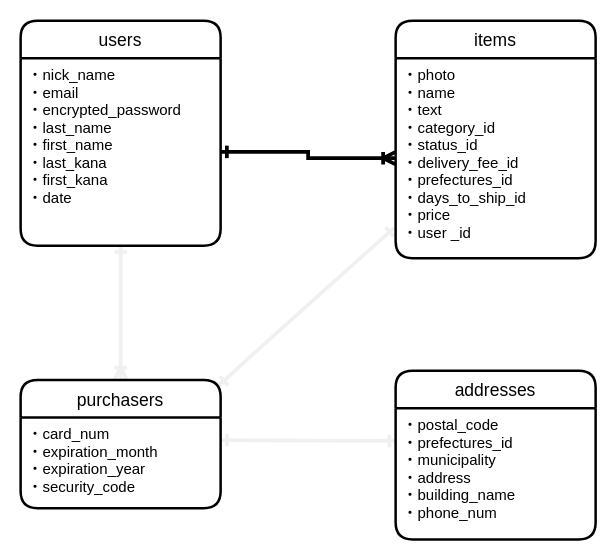
yoppedayo8545/furima-34790 keeps this draw.io diagram as .dio. Above is the earlier version. Source tidied: cells renumbered, new cells numbered last; positions are measured from the earlier drawing's top-left corner, leaving out a move shared by most shapes. Both pictures are drawn from the tidied source at 125%, with x=0, y=0 at pixel (20, 20).
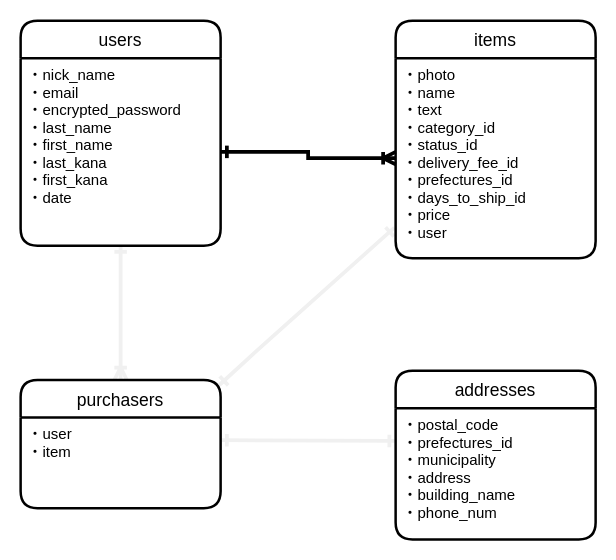
Above is the later version.

Commit message (it also covers changes not shown here):
データベース設計(修正2)

Diff of the diagram source:
```diff
@@
 <mxGraphModel>
   <root>
     <mxCell id="0" />
     <mxCell id="1" parent="0" />
     <mxCell id="2" style="edgeStyle=none;rounded=0;jettySize=auto;html=1;entryX=0.5;entryY=0;entryDx=0;entryDy=0;startArrow=ERone;startFill=0;endArrow=ERoneToMany;endFill=0;strokeColor=#f0f0f0;strokeWidth=3;" parent="1" edge="1" source="3" target="10">
       <mxGeometry relative="1" as="geometry" />
     </mxCell>
     <mxCell id="3" value="users" style="swimlane;horizontal=1;startSize=30;rounded=1;fontSize=14;fontStyle=0;strokeWidth=2;shadow=0;dashed=0;align=center;" parent="1" vertex="1">
       <mxGeometry width="160" height="180" as="geometry" />
     </mxCell>
     <mxCell id="4" value="・nick_name&#10;・email&#10;・encrypted_password&#10;・last_name&#10;・first_name&#10;・last_kana&#10;・first_kana&#10;・date" style="align=left;strokeColor=none;fillColor=none;spacingLeft=4;fontSize=12;verticalAlign=top;" parent="3" vertex="1">
       <mxGeometry y="30" width="160" height="150" as="geometry" />
     </mxCell>
     <mxCell id="5" style="edgeStyle=none;rounded=0;orthogonalLoop=1;jettySize=auto;html=1;entryX=1;entryY=0;entryDx=0;entryDy=0;startArrow=ERone;startFill=0;endArrow=ERone;endFill=0;strokeColor=#f0f0f0;strokeWidth=3;" parent="1" edge="1">
       <mxGeometry relative="1" as="geometry">
         <mxPoint x="299" y="165.6" as="sourcePoint" />
         <mxPoint x="159" y="291.5" as="targetPoint" />
         <Array as="points">
           <mxPoint x="189" y="264" />
         </Array>
       </mxGeometry>
     </mxCell>
     <mxCell id="6" value="items" style="swimlane;horizontal=1;startSize=30;rounded=1;fontSize=14;fontStyle=0;strokeWidth=2;shadow=0;dashed=0;align=center;" parent="1" vertex="1">
       <mxGeometry x="300" width="160" height="190" as="geometry" />
     </mxCell>
-    <mxCell id="7" value="・photo&#10;・name&#10;・text&#10;・category_id&#10;・status_id&#10;・delivery_fee_id&#10;・prefectures_id&#10;・days_to_ship_id&#10;・price&#10;・user _id" style="align=left;strokeColor=none;fillColor=none;spacingLeft=4;fontSize=12;verticalAlign=top;" parent="6" vertex="1">
+    <mxCell id="7" value="・photo&#10;・name&#10;・text&#10;・category_id&#10;・status_id&#10;・delivery_fee_id&#10;・prefectures_id&#10;・days_to_ship_id&#10;・price&#10;・user" style="align=left;strokeColor=none;fillColor=none;spacingLeft=4;fontSize=12;verticalAlign=top;" parent="6" vertex="1">
       <mxGeometry y="30" width="160" height="160" as="geometry" />
     </mxCell>
     <mxCell id="8" style="edgeStyle=orthogonalEdgeStyle;rounded=0;jettySize=auto;html=1;entryX=0;entryY=0.5;entryDx=0;entryDy=0;startArrow=ERone;startFill=0;endArrow=ERoneToMany;endFill=0;strokeWidth=3;" parent="1" edge="1" source="4" target="7">
       <mxGeometry relative="1" as="geometry" />
     </mxCell>
     <mxCell id="9" style="rounded=0;jettySize=auto;html=1;startArrow=ERone;startFill=0;endArrow=ERone;endFill=0;strokeColor=#f0f0f0;strokeWidth=3;entryX=0;entryY=0.25;entryDx=0;entryDy=0;exitX=1;exitY=0.25;exitDx=0;exitDy=0;" parent="1" edge="1" source="11" target="13">
       <mxGeometry relative="1" as="geometry" />
     </mxCell>
     <mxCell id="10" value="purchasers" style="swimlane;horizontal=1;startSize=30;rounded=1;fontSize=14;fontStyle=0;strokeWidth=2;shadow=0;dashed=0;align=center;" parent="1" vertex="1">
       <mxGeometry y="287.5" width="160" height="102.5" as="geometry" />
     </mxCell>
-    <mxCell id="11" value="・card_num&#10;・expiration_month&#10;・expiration_year&#10;・security_code&#10;" style="align=left;strokeColor=none;fillColor=none;spacingLeft=4;fontSize=12;verticalAlign=top;" parent="10" vertex="1">
+    <mxCell id="11" value="・user&#10;・item" style="align=left;strokeColor=none;fillColor=none;spacingLeft=4;fontSize=12;verticalAlign=top;" parent="10" vertex="1">
       <mxGeometry y="30" width="160" height="72.5" as="geometry" />
     </mxCell>
     <mxCell id="12" value="addresses" style="swimlane;horizontal=1;startSize=30;rounded=1;fontSize=14;fontStyle=0;strokeWidth=2;shadow=0;dashed=0;align=center;" parent="1" vertex="1">
       <mxGeometry x="300" y="280" width="160" height="135" as="geometry" />
     </mxCell>
     <mxCell id="13" value="・postal_code&#10;・prefectures_id&#10;・municipality&#10;・address&#10;・building_name&#10;・phone_num" style="align=left;strokeColor=none;fillColor=none;spacingLeft=4;fontSize=12;verticalAlign=top;" parent="12" vertex="1">
       <mxGeometry y="30" width="160" height="105" as="geometry" />
     </mxCell>
   </root>
 </mxGraphModel>
```
